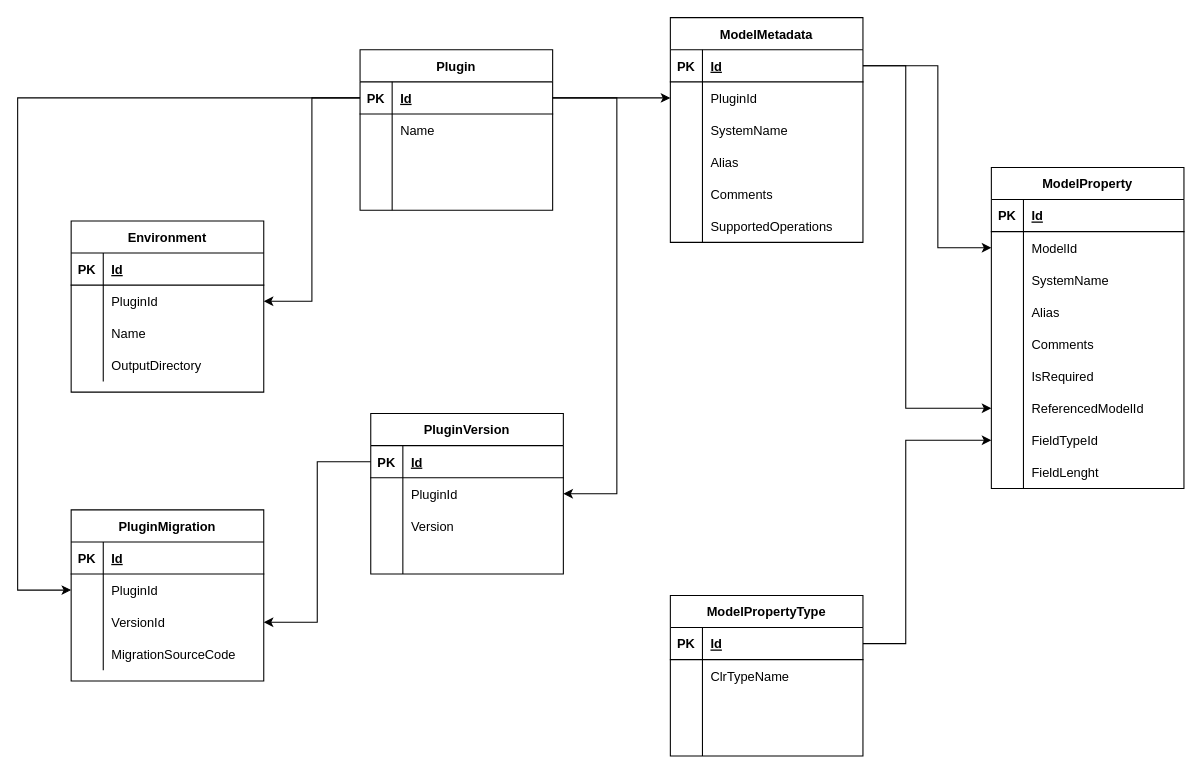
Before: page "MetadataDB" (1 of 3) of ModelConstructor.drawio in aaf1974/ProjectDiagram, a draw.io diagram. Source tidied: cells renumbered, new cells numbered last; positions are measured from the earlier drawing's top-left corner, leaving out a move shared by most shapes. Both pictures are drawn from the tidied source at 107%, with x=0, y=0 at pixel (17, 17).
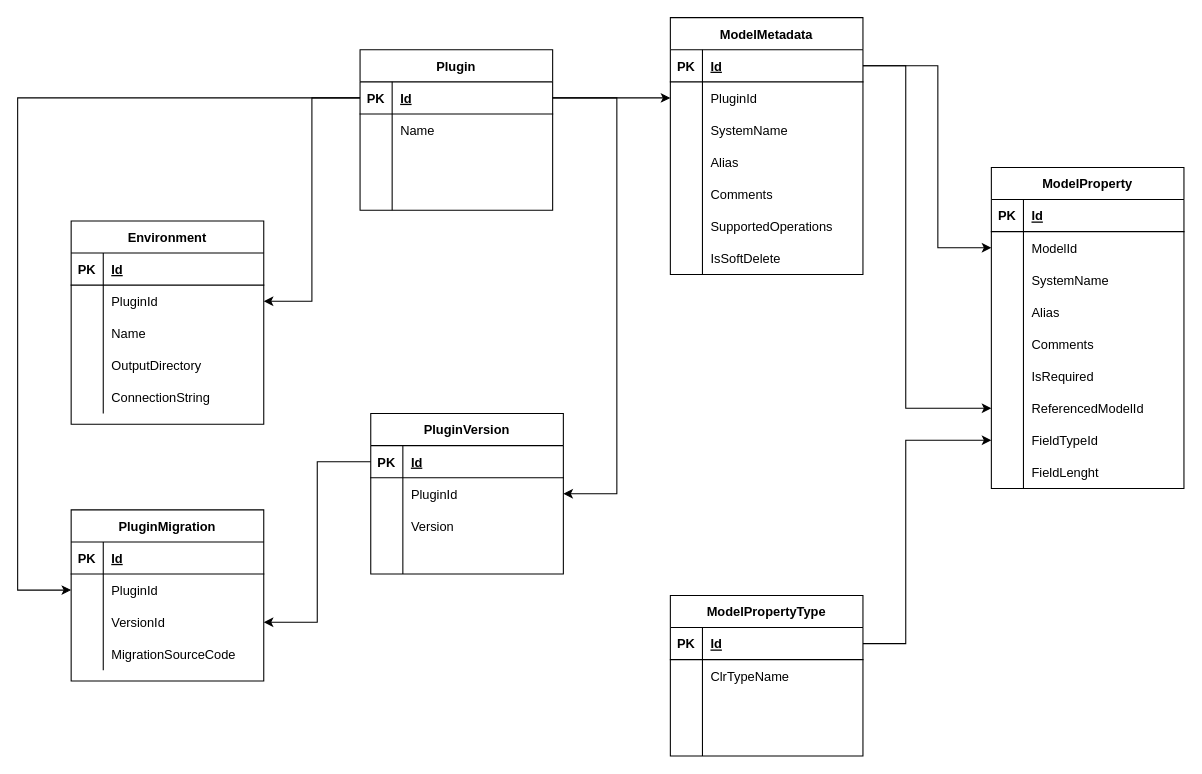
After the change.

Diff of the diagram source:
```diff
@@
     <mxCell id="15" value="Environment" style="shape=table;startSize=30;childLayout=tableLayout;rowLines=0;fontStyle=1;align=center;" parent="1" vertex="1">
-      <mxGeometry x="50" y="190" width="180" height="160" as="geometry" />
+      <mxGeometry x="50" y="190" width="180" height="190" as="geometry" />
     </mxCell>
@@
+    <mxCell id="122" style="shape=tableRow;horizontal=0;startSize=0;swimlaneHead=0;swimlaneBody=0;fillColor=none;top=0;left=0;right=0;bottom=0;" parent="15" vertex="1">
+      <mxGeometry y="150" width="180" height="30" as="geometry" />
+    </mxCell>
+    <mxCell id="123" style="shape=partialRectangle;fillColor=none;top=0;left=0;bottom=0;right=0;overflow=hidden;" parent="122" vertex="1">
+      <mxGeometry width="30" height="30" as="geometry" />
+    </mxCell>
+    <mxCell id="124" value="ConnectionString" style="shape=partialRectangle;fillColor=none;top=0;left=0;bottom=0;right=0;align=left;spacingLeft=6;overflow=hidden;" parent="122" vertex="1">
+      <mxGeometry x="30" width="150" height="30" as="geometry" />
+    </mxCell>
@@
     <mxCell id="30" value="ModelMetadata" style="shape=table;startSize=30;childLayout=tableLayout;rowLines=0;fontStyle=1;align=center;" parent="1" vertex="1">
-      <mxGeometry x="610" width="180" height="210" as="geometry" />
+      <mxGeometry x="610" width="180" height="240" as="geometry" />
     </mxCell>
@@
+    <mxCell id="125" style="shape=tableRow;horizontal=0;startSize=0;swimlaneHead=0;swimlaneBody=0;fillColor=none;top=0;left=0;right=0;bottom=0;" parent="30" vertex="1">
+      <mxGeometry y="210" width="180" height="30" as="geometry" />
+    </mxCell>
+    <mxCell id="126" style="shape=partialRectangle;fillColor=none;top=0;left=0;bottom=0;right=0;overflow=hidden;" parent="125" vertex="1">
+      <mxGeometry width="30" height="30" as="geometry" />
+    </mxCell>
+    <mxCell id="127" value="IsSoftDelete" style="shape=partialRectangle;fillColor=none;top=0;left=0;bottom=0;right=0;align=left;spacingLeft=6;overflow=hidden;" parent="125" vertex="1">
+      <mxGeometry x="30" width="150" height="30" as="geometry" />
+    </mxCell>
```
